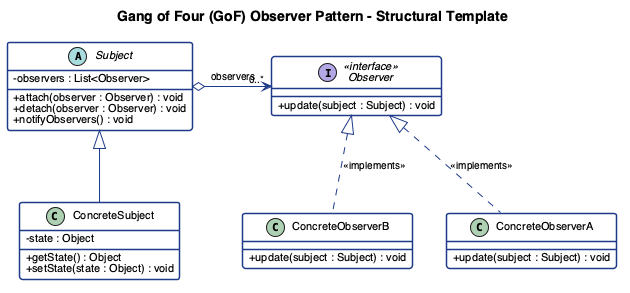
Earlier version of the PlantUML export slides/public/observer_pattern_template.png (adoreblvnk/2001temp). Source of this version:
```plantuml
@startuml observer_pattern_template
skinparam classAttributeIconSize 0
skinparam shadowing false
skinparam defaultFontName "Helvetica", "Arial", sans-serif
skinparam defaultFontSize 11
skinparam class {
    BackgroundColor #FFFFFF
    BorderColor #1E3A8A
    BorderThickness 1.5
}
skinparam interface {
    BackgroundColor #EFF6FF
    BorderColor #2563EB
    BorderThickness 1.5
}
skinparam arrow {
    Color #1E3A8A
    FontSize 10
}

title Gang of Four (GoF) Observer Pattern - Structural Template

abstract class Subject {
    - observers : List<Observer>
    + attach(observer : Observer) : void
    + detach(observer : Observer) : void
    + notifyObservers() : void
}

interface Observer <<interface>> {
    + update(subject : Subject) : void
}

class ConcreteSubject {
    - state : Object
    + getState() : Object
    + setState(state : Object) : void
}

class ConcreteObserverA {
    + update(subject : Subject) : void
}

class ConcreteObserverB {
    + update(subject : Subject) : void
}

Subject <|-- ConcreteSubject
Subject o-> "0..*" Observer : observers
ConcreteObserverA .up.|> Observer : <<implements>>
ConcreteObserverB .up.|> Observer : <<implements>>

@enduml
```
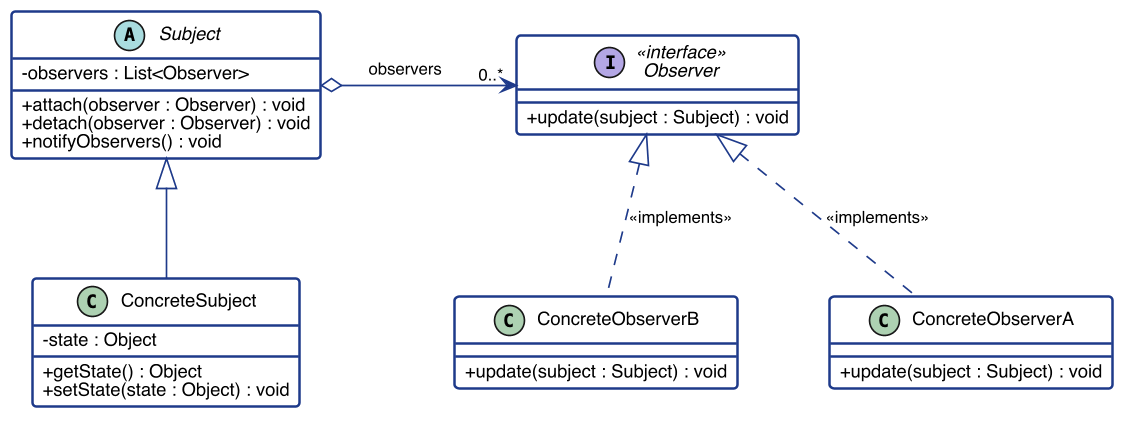
Later version of the same file.

What changed in the source:
```diff
@@ -1,4 +1,5 @@
 @startuml observer_pattern_template
+skinparamlocked dpi 160
 skinparam classAttributeIconSize 0
 skinparam shadowing false
 skinparam defaultFontName "Helvetica", "Arial", sans-serif
@@ -18,7 +19,7 @@
     FontSize 10
 }
 
-title Gang of Four (GoF) Observer Pattern - Structural Template
+skinparam nodesep 56
 
 abstract class Subject {
     - observers : List<Observer>
@@ -46,7 +47,7 @@
 }
 
 Subject <|-- ConcreteSubject
-Subject o-> "0..*" Observer : observers
+Subject o-right-> "0..*" Observer : "observers      "
 ConcreteObserverA .up.|> Observer : <<implements>>
 ConcreteObserverB .up.|> Observer : <<implements>>
 
```
